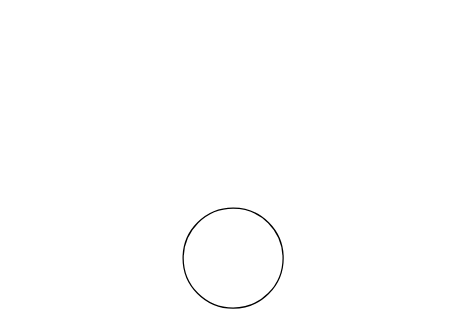
Before: Untitled Diagram.drawio in zch0352/drawio-test, a draw.io diagram. Source tidied: cells renumbered, new cells numbered last; positions are measured from the earlier drawing's top-left corner, leaving out a move shared by most shapes. Both pictures are drawn from the tidied source at 125%, with x=0, y=0 at pixel (182, 208).
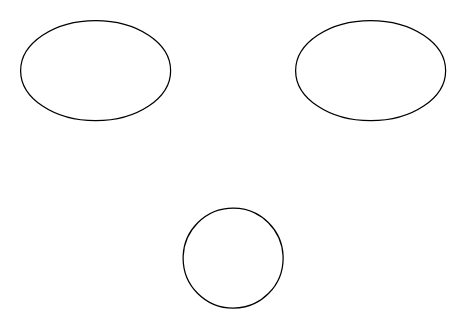
The same diagram, later.

Change to the diagram source:
```diff
@@
 <mxGraphModel>
   <root>
     <mxCell id="0" />
     <mxCell id="1" parent="0" />
     <mxCell id="2" style="ellipse;whiteSpace=wrap;html=1;" parent="1" vertex="1">
       <mxGeometry width="80" height="80" as="geometry" />
     </mxCell>
+    <mxCell id="3" style="ellipse;whiteSpace=wrap;html=1;" parent="1" vertex="1">
+      <mxGeometry x="-130" y="-150" width="120" height="80" as="geometry" />
+    </mxCell>
+    <mxCell id="4" style="ellipse;whiteSpace=wrap;html=1;" parent="1" vertex="1">
+      <mxGeometry x="90" y="-150" width="120" height="80" as="geometry" />
+    </mxCell>
   </root>
 </mxGraphModel>
```
